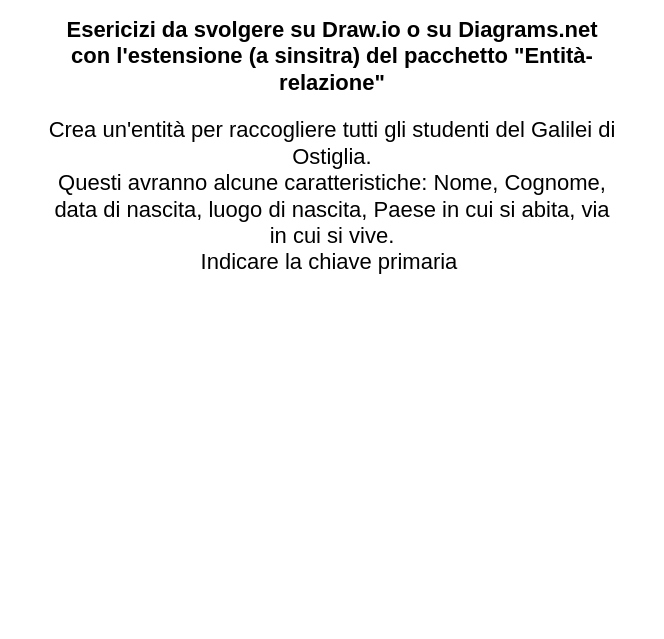
The draw.io diagram AS_2024_2025/5IA_Informatica/Lezioni/UD_2/Esercizi_ER/Entità1.drawio in FrancescoGobbi/Didattica_GalileoGalilei_Ostiglia, before the edit. Source tidied: cells renumbered, new cells numbered last; positions are measured from the earlier drawing's top-left corner, leaving out a move shared by most shapes. Both pictures are drawn from the tidied source at 100%, with x=0, y=0 at pixel (47, 41).
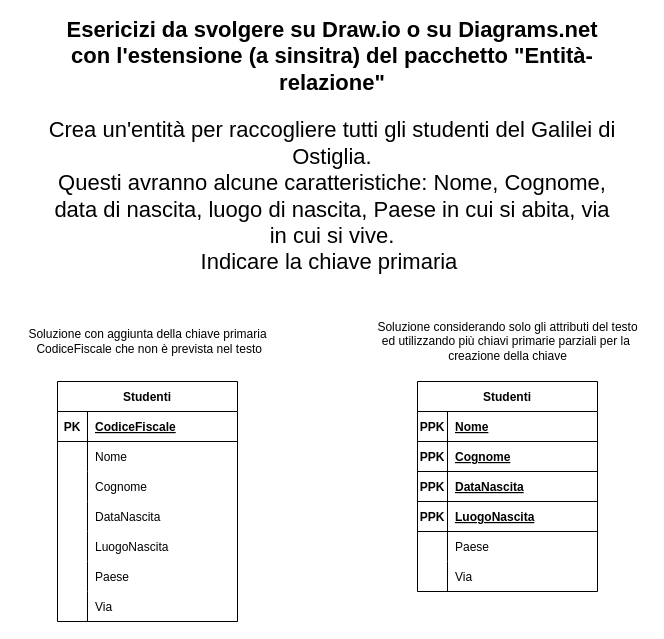
After the change.

What changed in the source:
```diff
@@
+    <mxCell id="4" value="Studenti" style="shape=table;startSize=30;childLayout=tableLayout;rowLines=0;fontStyle=1;align=center;" parent="1" vertex="1">
+      <mxGeometry x="10" y="340" width="180" height="240" as="geometry" />
+    </mxCell>
+    <mxCell id="5" style="shape=tableRow;horizontal=0;startSize=0;swimlaneHead=0;swimlaneBody=0;fillColor=none;top=0;left=0;right=0;bottom=1;" parent="4" vertex="1">
+      <mxGeometry y="30" width="180" height="30" as="geometry" />
+    </mxCell>
+    <mxCell id="6" value="PK" style="shape=partialRectangle;fillColor=none;top=0;left=0;bottom=0;right=0;fontStyle=1;overflow=hidden;" parent="5" vertex="1">
+      <mxGeometry width="30" height="30" as="geometry" />
+    </mxCell>
+    <mxCell id="7" value="CodiceFiscale" style="shape=partialRectangle;fillColor=none;top=0;left=0;bottom=0;right=0;align=left;spacingLeft=6;fontStyle=5;overflow=hidden;" parent="5" vertex="1">
+      <mxGeometry x="30" width="150" height="30" as="geometry" />
+    </mxCell>
+    <mxCell id="8" style="shape=tableRow;horizontal=0;startSize=0;swimlaneHead=0;swimlaneBody=0;fillColor=none;top=0;left=0;right=0;bottom=0;" parent="4" vertex="1">
+      <mxGeometry y="60" width="180" height="30" as="geometry" />
+    </mxCell>
+    <mxCell id="9" style="shape=partialRectangle;fillColor=none;top=0;left=0;bottom=0;right=0;overflow=hidden;" parent="8" vertex="1">
+      <mxGeometry width="30" height="30" as="geometry" />
+    </mxCell>
+    <mxCell id="10" value="Nome   " style="shape=partialRectangle;fillColor=none;top=0;left=0;bottom=0;right=0;align=left;spacingLeft=6;overflow=hidden;" parent="8" vertex="1">
+      <mxGeometry x="30" width="150" height="30" as="geometry" />
+    </mxCell>
+    <mxCell id="11" style="shape=tableRow;horizontal=0;startSize=0;swimlaneHead=0;swimlaneBody=0;fillColor=none;top=0;left=0;right=0;bottom=0;" parent="4" vertex="1">
+      <mxGeometry y="90" width="180" height="30" as="geometry" />
+    </mxCell>
+    <mxCell id="12" style="shape=partialRectangle;fillColor=none;top=0;left=0;bottom=0;right=0;overflow=hidden;" parent="11" vertex="1">
+      <mxGeometry width="30" height="30" as="geometry" />
+    </mxCell>
+    <mxCell id="13" value="Cognome" style="shape=partialRectangle;fillColor=none;top=0;left=0;bottom=0;right=0;align=left;spacingLeft=6;overflow=hidden;" parent="11" vertex="1">
+      <mxGeometry x="30" width="150" height="30" as="geometry" />
+    </mxCell>
+    <mxCell id="14" style="shape=tableRow;horizontal=0;startSize=0;swimlaneHead=0;swimlaneBody=0;fillColor=none;top=0;left=0;right=0;bottom=0;" parent="4" vertex="1">
+      <mxGeometry y="120" width="180" height="30" as="geometry" />
+    </mxCell>
+    <mxCell id="15" style="shape=partialRectangle;fillColor=none;top=0;left=0;bottom=0;right=0;overflow=hidden;" parent="14" vertex="1">
+      <mxGeometry width="30" height="30" as="geometry" />
+    </mxCell>
+    <mxCell id="16" value="DataNascita" style="shape=partialRectangle;fillColor=none;top=0;left=0;bottom=0;right=0;align=left;spacingLeft=6;overflow=hidden;" parent="14" vertex="1">
+      <mxGeometry x="30" width="150" height="30" as="geometry" />
+    </mxCell>
+    <mxCell id="17" style="shape=tableRow;horizontal=0;startSize=0;swimlaneHead=0;swimlaneBody=0;fillColor=none;top=0;left=0;right=0;bottom=0;" parent="4" vertex="1">
+      <mxGeometry y="150" width="180" height="30" as="geometry" />
+    </mxCell>
+    <mxCell id="18" style="shape=partialRectangle;fillColor=none;top=0;left=0;bottom=0;right=0;overflow=hidden;" parent="17" vertex="1">
+      <mxGeometry width="30" height="30" as="geometry" />
+    </mxCell>
+    <mxCell id="19" style="shape=partialRectangle;fillColor=none;top=0;left=0;bottom=0;right=0;align=left;spacingLeft=6;overflow=hidden;" parent="17" vertex="1">
+      <mxGeometry x="30" width="150" height="30" as="geometry" />
+    </mxCell>
+    <mxCell id="20" style="shape=tableRow;horizontal=0;startSize=0;swimlaneHead=0;swimlaneBody=0;fillColor=none;top=0;left=0;right=0;bottom=0;" parent="4" vertex="1">
+      <mxGeometry y="180" width="180" height="30" as="geometry" />
+    </mxCell>
+    <mxCell id="21" style="shape=partialRectangle;fillColor=none;top=0;left=0;bottom=0;right=0;overflow=hidden;" parent="20" vertex="1">
+      <mxGeometry width="30" height="30" as="geometry" />
+    </mxCell>
+    <mxCell id="22" style="shape=partialRectangle;fillColor=none;top=0;left=0;bottom=0;right=0;align=left;spacingLeft=6;overflow=hidden;" parent="20" vertex="1">
+      <mxGeometry x="30" width="150" height="30" as="geometry" />
+    </mxCell>
+    <mxCell id="23" style="shape=tableRow;horizontal=0;startSize=0;swimlaneHead=0;swimlaneBody=0;fillColor=none;top=0;left=0;right=0;bottom=0;" parent="4" vertex="1">
+      <mxGeometry y="210" width="180" height="30" as="geometry" />
+    </mxCell>
+    <mxCell id="24" style="shape=partialRectangle;fillColor=none;top=0;left=0;bottom=0;right=0;overflow=hidden;" parent="23" vertex="1">
+      <mxGeometry width="30" height="30" as="geometry" />
+    </mxCell>
+    <mxCell id="25" style="shape=partialRectangle;fillColor=none;top=0;left=0;bottom=0;right=0;align=left;spacingLeft=6;overflow=hidden;" parent="23" vertex="1">
+      <mxGeometry x="30" width="150" height="30" as="geometry" />
+    </mxCell>
+    <mxCell id="26" value="Studenti" style="shape=table;startSize=30;childLayout=tableLayout;rowLines=0;fontStyle=1;align=center;" parent="1" vertex="1">
+      <mxGeometry x="370" y="340" width="180" height="210" as="geometry" />
+    </mxCell>
+    <mxCell id="27" style="shape=tableRow;horizontal=0;startSize=0;swimlaneHead=0;swimlaneBody=0;fillColor=none;top=0;left=0;right=0;bottom=1;" parent="26" vertex="1">
+      <mxGeometry y="30" width="180" height="30" as="geometry" />
+    </mxCell>
+    <mxCell id="28" value="PPK" style="shape=partialRectangle;fillColor=none;top=0;left=0;bottom=0;right=0;fontStyle=1;overflow=hidden;" parent="27" vertex="1">
+      <mxGeometry width="30" height="30" as="geometry" />
+    </mxCell>
+    <mxCell id="29" value="Nome" style="shape=partialRectangle;fillColor=none;top=0;left=0;bottom=0;right=0;align=left;spacingLeft=6;fontStyle=5;overflow=hidden;" parent="27" vertex="1">
+      <mxGeometry x="30" width="150" height="30" as="geometry" />
+    </mxCell>
+    <mxCell id="30" style="shape=tableRow;horizontal=0;startSize=0;swimlaneHead=0;swimlaneBody=0;fillColor=none;top=0;left=0;right=0;bottom=1;" parent="26" vertex="1">
+      <mxGeometry y="60" width="180" height="30" as="geometry" />
+    </mxCell>
+    <mxCell id="31" value="PPK" style="shape=partialRectangle;fillColor=none;top=0;left=0;bottom=0;right=0;fontStyle=1;overflow=hidden;" parent="30" vertex="1">
+      <mxGeometry width="30" height="30" as="geometry" />
+    </mxCell>
+    <mxCell id="32" value="Cognome" style="shape=partialRectangle;fillColor=none;top=0;left=0;bottom=0;right=0;align=left;spacingLeft=6;fontStyle=5;overflow=hidden;" parent="30" vertex="1">
+      <mxGeometry x="30" width="150" height="30" as="geometry" />
+    </mxCell>
+    <mxCell id="33" style="shape=tableRow;horizontal=0;startSize=0;swimlaneHead=0;swimlaneBody=0;fillColor=none;top=0;left=0;right=0;bottom=1;" parent="26" vertex="1">
+      <mxGeometry y="90" width="180" height="30" as="geometry" />
+    </mxCell>
+    <mxCell id="34" value="PPK" style="shape=partialRectangle;fillColor=none;top=0;left=0;bottom=0;right=0;fontStyle=1;overflow=hidden;" parent="33" vertex="1">
+      <mxGeometry width="30" height="30" as="geometry" />
+    </mxCell>
+    <mxCell id="35" value="DataNascita" style="shape=partialRectangle;fillColor=none;top=0;left=0;bottom=0;right=0;align=left;spacingLeft=6;fontStyle=5;overflow=hidden;" parent="33" vertex="1">
+      <mxGeometry x="30" width="150" height="30" as="geometry" />
+    </mxCell>
+    <mxCell id="36" style="shape=tableRow;horizontal=0;startSize=0;swimlaneHead=0;swimlaneBody=0;fillColor=none;top=0;left=0;right=0;bottom=1;" parent="26" vertex="1">
+      <mxGeometry y="120" width="180" height="30" as="geometry" />
+    </mxCell>
+    <mxCell id="37" value="PPK" style="shape=partialRectangle;fillColor=none;top=0;left=0;bottom=0;right=0;fontStyle=1;overflow=hidden;" parent="36" vertex="1">
+      <mxGeometry width="30" height="30" as="geometry" />
+    </mxCell>
+    <mxCell id="38" value="LuogoNascita" style="shape=partialRectangle;fillColor=none;top=0;left=0;bottom=0;right=0;align=left;spacingLeft=6;fontStyle=5;overflow=hidden;" parent="36" vertex="1">
+      <mxGeometry x="30" width="150" height="30" as="geometry" />
+    </mxCell>
+    <mxCell id="39" style="shape=tableRow;horizontal=0;startSize=0;swimlaneHead=0;swimlaneBody=0;fillColor=none;top=0;left=0;right=0;bottom=0;" parent="26" vertex="1">
+      <mxGeometry y="150" width="180" height="30" as="geometry" />
+    </mxCell>
+    <mxCell id="40" style="shape=partialRectangle;fillColor=none;top=0;left=0;bottom=0;right=0;overflow=hidden;" parent="39" vertex="1">
+      <mxGeometry width="30" height="30" as="geometry" />
+    </mxCell>
+    <mxCell id="41" value="Paese" style="shape=partialRectangle;fillColor=none;top=0;left=0;bottom=0;right=0;align=left;spacingLeft=6;overflow=hidden;" parent="39" vertex="1">
+      <mxGeometry x="30" width="150" height="30" as="geometry" />
+    </mxCell>
+    <mxCell id="42" style="shape=tableRow;horizontal=0;startSize=0;swimlaneHead=0;swimlaneBody=0;fillColor=none;top=0;left=0;right=0;bottom=0;" parent="26" vertex="1">
+      <mxGeometry y="180" width="180" height="30" as="geometry" />
+    </mxCell>
+    <mxCell id="43" style="shape=partialRectangle;fillColor=none;top=0;left=0;bottom=0;right=0;overflow=hidden;" parent="42" vertex="1">
+      <mxGeometry width="30" height="30" as="geometry" />
+    </mxCell>
+    <mxCell id="44" value="Via" style="shape=partialRectangle;fillColor=none;top=0;left=0;bottom=0;right=0;align=left;spacingLeft=6;overflow=hidden;" parent="42" vertex="1">
+      <mxGeometry x="30" width="150" height="30" as="geometry" />
+    </mxCell>
+    <mxCell id="45" value="Soluzione con aggiunta della chiave primaria&lt;br&gt;&amp;nbsp;CodiceFiscale che non è prevista nel testo" style="text;html=1;align=center;verticalAlign=middle;strokeColor=none;fillColor=none;" parent="1" vertex="1">
+      <mxGeometry x="-30" y="280" width="260" height="40" as="geometry" />
+    </mxCell>
+    <mxCell id="46" value="Soluzione considerando solo gli attributi del testo&lt;br&gt;ed utilizzando più chiavi primarie parziali per la&amp;nbsp;&lt;br&gt;creazione della chiave" style="text;html=1;align=center;verticalAlign=middle;strokeColor=none;fillColor=none;" parent="1" vertex="1">
+      <mxGeometry x="320" y="270" width="280" height="60" as="geometry" />
+    </mxCell>
+    <mxCell id="47" value="LuogoNascita" style="shape=partialRectangle;fillColor=none;top=0;left=0;bottom=0;right=0;align=left;spacingLeft=6;overflow=hidden;" parent="1" vertex="1">
+      <mxGeometry x="40" y="490" width="150" height="30" as="geometry" />
+    </mxCell>
+    <mxCell id="48" value="Paese" style="shape=partialRectangle;fillColor=none;top=0;left=0;bottom=0;right=0;align=left;spacingLeft=6;overflow=hidden;" parent="1" vertex="1">
+      <mxGeometry x="40" y="520" width="150" height="30" as="geometry" />
+    </mxCell>
+    <mxCell id="49" value="Via" style="shape=partialRectangle;fillColor=none;top=0;left=0;bottom=0;right=0;align=left;spacingLeft=6;overflow=hidden;" parent="1" vertex="1">
+      <mxGeometry x="40" y="550" width="150" height="30" as="geometry" />
+    </mxCell>
```
